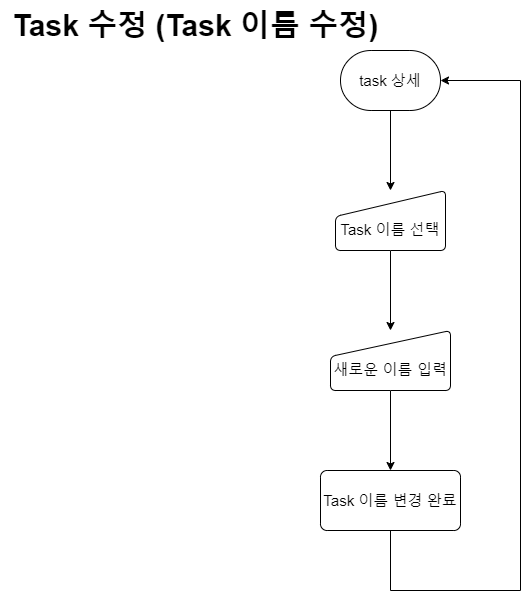
This is timetodo-flowchart/task fix.png from MEOHIN/todo-pe, a draw.io export, as it was before one commit. Source tidied: cells renumbered, new cells last; positions are measured from the earlier drawing's top-left corner, leaving out a move shared by most shapes.
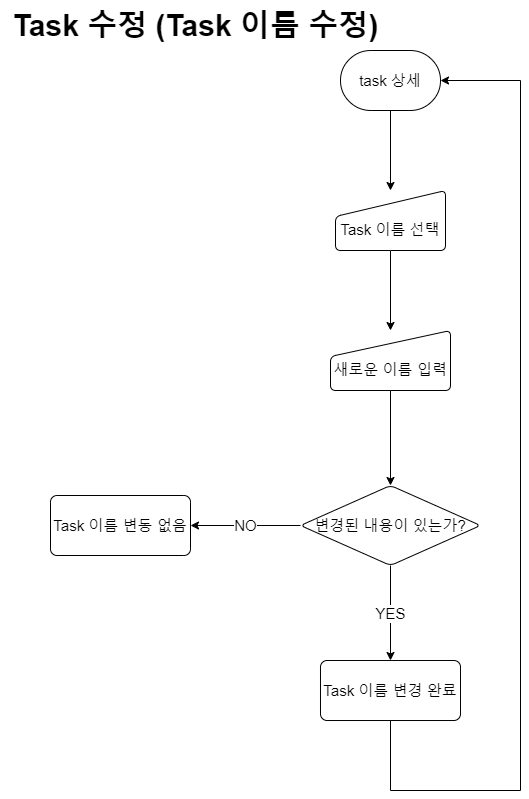
The same file after the commit.

Diff of the diagram source:
```diff
@@ -11,9 +11,6 @@
     <mxCell id="4" value="task 상세" style="strokeWidth=1;html=1;shape=mxgraph.flowchart.terminator;whiteSpace=wrap;fontSize=15;" parent="1" vertex="1">
       <mxGeometry x="340" y="50" width="100" height="60" as="geometry" />
     </mxCell>
-    <mxCell id="5" style="edgeStyle=orthogonalEdgeStyle;rounded=0;jettySize=auto;html=1;" parent="1" edge="1" source="6" target="10">
-      <mxGeometry relative="1" as="geometry" />
-    </mxCell>
     <mxCell id="6" value="&lt;br&gt;새로운 이름 입력" style="html=1;strokeWidth=1;shape=manualInput;whiteSpace=wrap;rounded=1;size=26;arcSize=11;fontSize=15;" parent="1" vertex="1">
       <mxGeometry x="330" y="330" width="120" height="60" as="geometry" />
     </mxCell>
@@ -26,14 +23,33 @@
     <mxCell id="9" style="edgeStyle=orthogonalEdgeStyle;rounded=0;jettySize=auto;html=1;exitX=0.5;exitY=1;exitDx=0;exitDy=0;entryX=1;entryY=0.5;entryDx=0;entryDy=0;entryPerimeter=0;" parent="1" edge="1" source="10" target="4">
       <mxGeometry relative="1" as="geometry">
         <Array as="points">
-          <mxPoint x="390" y="590" />
-          <mxPoint x="520" y="590" />
+          <mxPoint x="390" y="790" />
+          <mxPoint x="520" y="790" />
           <mxPoint x="520" y="80" />
         </Array>
       </mxGeometry>
     </mxCell>
     <mxCell id="10" value="Task 이름 변경 완료" style="whiteSpace=wrap;html=1;fontSize=15;strokeWidth=1;rounded=1;arcSize=11;" parent="1" vertex="1">
-      <mxGeometry x="320" y="470" width="140" height="60" as="geometry" />
+      <mxGeometry x="320" y="660" width="140" height="60" as="geometry" />
     </mxCell>
+    <mxCell id="11" style="edgeStyle=orthogonalEdgeStyle;rounded=0;jettySize=auto;html=1;" parent="1" edge="1" target="14">
+      <mxGeometry relative="1" as="geometry">
+        <mxPoint x="390" y="390" as="sourcePoint" />
+      </mxGeometry>
+    </mxCell>
+    <mxCell id="12" value="YES" style="edgeStyle=orthogonalEdgeStyle;rounded=0;jettySize=auto;html=1;fontSize=15;" parent="1" edge="1" source="14">
+      <mxGeometry relative="1" as="geometry">
+        <mxPoint x="390" y="660" as="targetPoint" />
+      </mxGeometry>
+    </mxCell>
+    <mxCell id="13" value="NO" style="edgeStyle=orthogonalEdgeStyle;rounded=0;jettySize=auto;html=1;fontSize=15;" parent="1" edge="1" source="14" target="15">
+      <mxGeometry relative="1" as="geometry" />
+    </mxCell>
+    <mxCell id="14" value="변경된 내용이 있는가?" style="rhombus;whiteSpace=wrap;html=1;fontSize=15;align=center;strokeWidth=1;rounded=1;arcSize=11;" parent="1" vertex="1">
+      <mxGeometry x="300" y="485" width="180" height="80" as="geometry" />
+    </mxCell>
+    <mxCell id="15" value="Task 이름 변동 없음" style="whiteSpace=wrap;html=1;fontSize=15;strokeWidth=1;rounded=1;arcSize=11;" parent="1" vertex="1">
+      <mxGeometry x="50" y="495" width="140" height="60" as="geometry" />
+    </mxCell>
   </root>
 </mxGraphModel>
```
